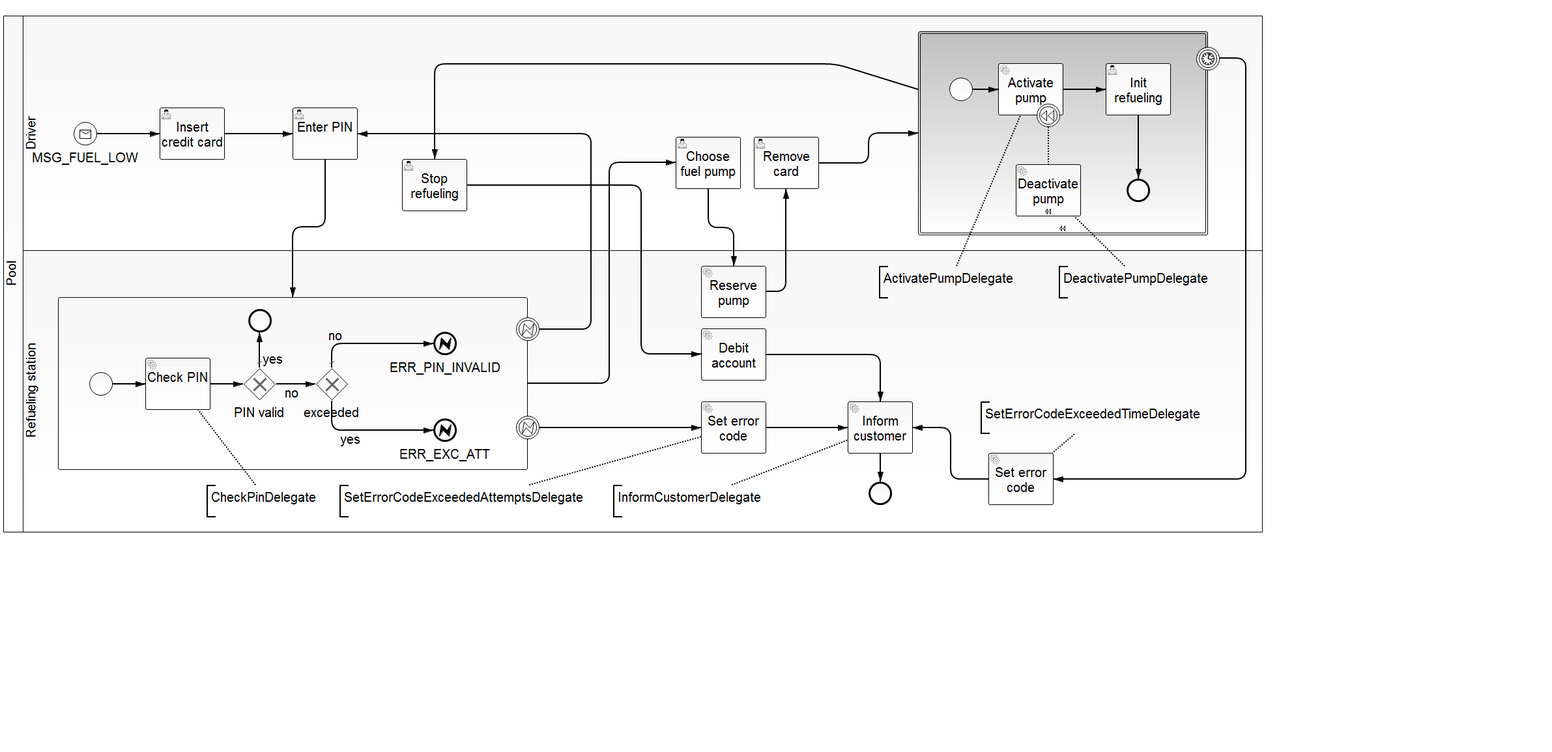
Above: bpmn-server/src/main/resources/RefuelNoCollaboration.png in gheddie/bpmn_watcher_all_new (BPMN), before the change. Its source is kept beside it as bpmn-server/src/main/resources/RefuelNoCollaboration.bpmn. Ids are renumbered.
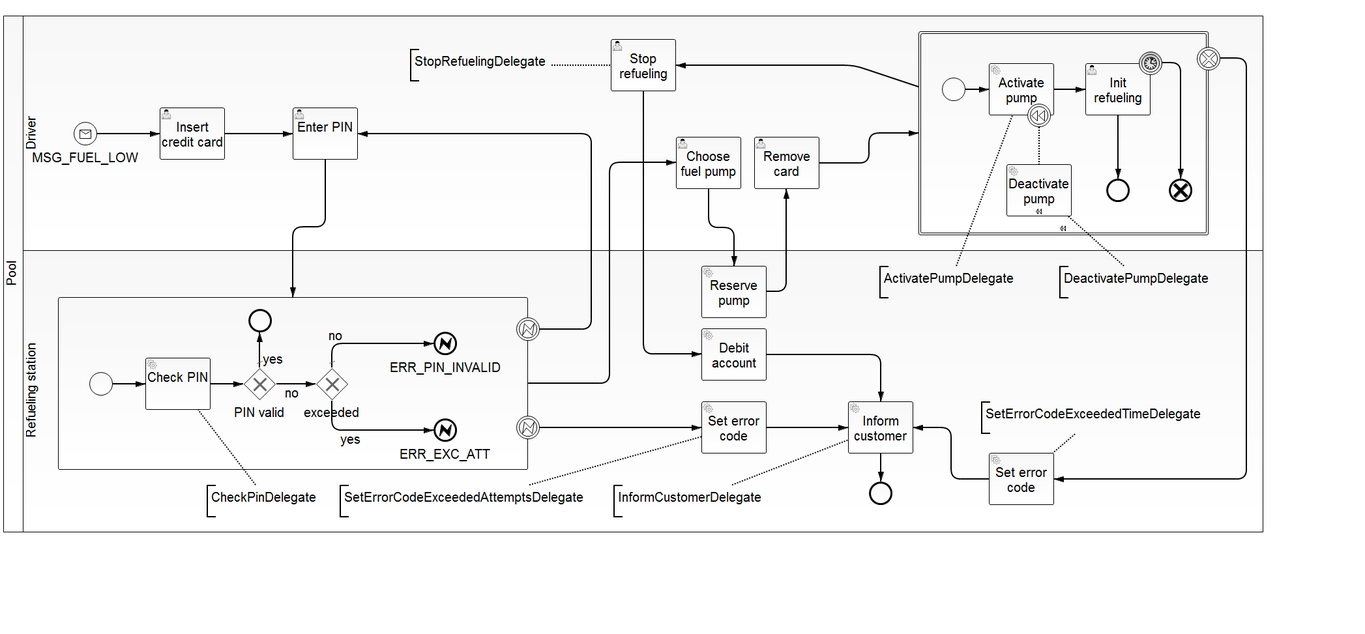
Later version of the same file.

Commit message:
further work on refuel (no collab) process (transaction behaviour)

Change to the diagram source:
```diff
@@ -8,11 +8,11 @@
         <bpmn2:flowNodeRef>StartEvent_1</bpmn2:flowNodeRef>
         <bpmn2:flowNodeRef>UserTask_1</bpmn2:flowNodeRef>
         <bpmn2:flowNodeRef>UserTask_2</bpmn2:flowNodeRef>
-        <bpmn2:flowNodeRef>UserTask_5</bpmn2:flowNodeRef>
         <bpmn2:flowNodeRef>BoundaryEvent_5</bpmn2:flowNodeRef>
         <bpmn2:flowNodeRef>Transaction_1</bpmn2:flowNodeRef>
         <bpmn2:flowNodeRef>UserTask_4</bpmn2:flowNodeRef>
         <bpmn2:flowNodeRef>Task_1</bpmn2:flowNodeRef>
+        <bpmn2:flowNodeRef>UserTask_5</bpmn2:flowNodeRef>
       </bpmn2:lane>
       <bpmn2:lane id="Lane_2" name="Refueling station">
         <bpmn2:flowNodeRef>SubProcess_1</bpmn2:flowNodeRef>
@@ -84,32 +84,25 @@
       <bpmn2:messageEventDefinition id="_MessageEventDefinition_13" messageRef="Message_1"/>
     </bpmn2:startEvent>
     <bpmn2:sequenceFlow id="SequenceFlow_1" name="" sourceRef="StartEvent_1" targetRef="UserTask_1"/>
-    <bpmn2:userTask id="UserTask_1" name="Insert credit card">
+    <bpmn2:userTask id="UserTask_1" camunda:assignee="demo" name="Insert credit card">
       <bpmn2:incoming>SequenceFlow_1</bpmn2:incoming>
       <bpmn2:outgoing>SequenceFlow_2</bpmn2:outgoing>
     </bpmn2:userTask>
     <bpmn2:sequenceFlow id="SequenceFlow_2" name="" sourceRef="UserTask_1" targetRef="UserTask_2"/>
-    <bpmn2:userTask id="UserTask_2" name="Enter PIN">
+    <bpmn2:userTask id="UserTask_2" camunda:assignee="demo" name="Enter PIN">
       <bpmn2:incoming>SequenceFlow_13</bpmn2:incoming>
       <bpmn2:incoming>SequenceFlow_2</bpmn2:incoming>
       <bpmn2:outgoing>SequenceFlow_3</bpmn2:outgoing>
     </bpmn2:userTask>
     <bpmn2:sequenceFlow id="SequenceFlow_3" name="" sourceRef="UserTask_2" targetRef="SubProcess_1"/>
-    <bpmn2:userTask id="UserTask_5" name="Stop refueling">
-      <bpmn2:incoming>SequenceFlow_8</bpmn2:incoming>
-      <bpmn2:outgoing>SequenceFlow_18</bpmn2:outgoing>
-    </bpmn2:userTask>
-    <bpmn2:sequenceFlow id="SequenceFlow_18" name="" sourceRef="UserTask_5" targetRef="ServiceTask_4"/>
     <bpmn2:boundaryEvent id="BoundaryEvent_5" name="" attachedToRef="Transaction_1">
       <bpmn2:outgoing>SequenceFlow_10</bpmn2:outgoing>
-      <bpmn2:timerEventDefinition id="_TimerEventDefinition_3">
-        <bpmn2:timeDuration xsi:type="bpmn2:tFormalExpression">P0DT0H1M0S</bpmn2:timeDuration>
-      </bpmn2:timerEventDefinition>
+      <bpmn2:cancelEventDefinition id="_TimerEventDefinition_3"/>
     </bpmn2:boundaryEvent>
     <bpmn2:sequenceFlow id="SequenceFlow_10" name="" sourceRef="BoundaryEvent_5" targetRef="ServiceTask_5"/>
     <bpmn2:transaction id="Transaction_1" isForCompensation="true">
       <bpmn2:incoming>SequenceFlow_16</bpmn2:incoming>
-      <bpmn2:outgoing>SequenceFlow_8</bpmn2:outgoing>
+      <bpmn2:outgoing>SequenceFlow_25</bpmn2:outgoing>
       <bpmn2:startEvent id="StartEvent_3">
         <bpmn2:outgoing>SequenceFlow_17</bpmn2:outgoing>
       </bpmn2:startEvent>
@@ -121,15 +114,26 @@
         <bpmn2:incoming>SequenceFlow_17</bpmn2:incoming>
         <bpmn2:outgoing>SequenceFlow_19</bpmn2:outgoing>
       </bpmn2:serviceTask>
+      <bpmn2:sequenceFlow id="SequenceFlow_19" name="" sourceRef="ServiceTask_8" targetRef="UserTask_3"/>
       <bpmn2:serviceTask id="ServiceTask_9" camunda:class="de.gravitex.bpmn.server.delegate.refnocollab.DeactivatePumpDelegate" name="Deactivate pump" isForCompensation="true"/>
-      <bpmn2:userTask id="UserTask_3" name="Init refueling">
+      <bpmn2:userTask id="UserTask_3" camunda:assignee="demo" name="Init refueling">
         <bpmn2:incoming>SequenceFlow_19</bpmn2:incoming>
         <bpmn2:outgoing>SequenceFlow_21</bpmn2:outgoing>
       </bpmn2:userTask>
-      <bpmn2:sequenceFlow id="SequenceFlow_19" name="" sourceRef="ServiceTask_8" targetRef="UserTask_3"/>
       <bpmn2:sequenceFlow id="SequenceFlow_21" name="" sourceRef="UserTask_3" targetRef="EndEvent_5"/>
       <bpmn2:endEvent id="EndEvent_5">
         <bpmn2:incoming>SequenceFlow_21</bpmn2:incoming>
+      </bpmn2:endEvent>
+      <bpmn2:boundaryEvent id="BoundaryEvent_3" name="" attachedToRef="UserTask_3">
+        <bpmn2:outgoing>SequenceFlow_6</bpmn2:outgoing>
+        <bpmn2:timerEventDefinition id="_TimerEventDefinition_4">
+          <bpmn2:timeDuration xsi:type="bpmn2:tFormalExpression">P0DT0H1M0S</bpmn2:timeDuration>
+        </bpmn2:timerEventDefinition>
+      </bpmn2:boundaryEvent>
+      <bpmn2:sequenceFlow id="SequenceFlow_6" name="" sourceRef="BoundaryEvent_3" targetRef="EndEvent_6"/>
+      <bpmn2:endEvent id="EndEvent_6">
+        <bpmn2:incoming>SequenceFlow_6</bpmn2:incoming>
+        <bpmn2:cancelEventDefinition id="_CancelEventDefinition_2"/>
       </bpmn2:endEvent>
     </bpmn2:transaction>
     <bpmn2:serviceTask id="ServiceTask_5" camunda:class="de.gravitex.bpmn.server.delegate.refnocollab.SetErrorCodeExceededTimeDelegate" name="Set error code">
@@ -137,12 +141,12 @@
       <bpmn2:outgoing>SequenceFlow_20</bpmn2:outgoing>
     </bpmn2:serviceTask>
     <bpmn2:sequenceFlow id="SequenceFlow_20" name="" sourceRef="ServiceTask_5" targetRef="ServiceTask_2"/>
-    <bpmn2:userTask id="UserTask_4" name="Remove card">
+    <bpmn2:userTask id="UserTask_4" camunda:assignee="demo" name="Remove card">
       <bpmn2:incoming>SequenceFlow_15</bpmn2:incoming>
       <bpmn2:outgoing>SequenceFlow_16</bpmn2:outgoing>
     </bpmn2:userTask>
     <bpmn2:sequenceFlow id="SequenceFlow_16" name="" sourceRef="UserTask_4" targetRef="Transaction_1"/>
-    <bpmn2:userTask id="Task_1" name="Choose fuel pump">
+    <bpmn2:userTask id="Task_1" camunda:assignee="demo" name="Choose fuel pump">
       <bpmn2:incoming>SequenceFlow_7</bpmn2:incoming>
       <bpmn2:outgoing>SequenceFlow_14</bpmn2:outgoing>
     </bpmn2:userTask>
@@ -157,7 +161,6 @@
     <bpmn2:endEvent id="EndEvent_4">
       <bpmn2:incoming>SequenceFlow_12</bpmn2:incoming>
     </bpmn2:endEvent>
-    <bpmn2:sequenceFlow id="SequenceFlow_8" name="" sourceRef="Transaction_1" targetRef="UserTask_5"/>
     <bpmn2:serviceTask id="ServiceTask_3" camunda:class="de.gravitex.bpmn.server.delegate.refnocollab.ReservePumpDelegate" name="Reserve pump">
       <bpmn2:incoming>SequenceFlow_14</bpmn2:incoming>
       <bpmn2:outgoing>SequenceFlow_15</bpmn2:outgoing>
@@ -173,6 +176,15 @@
       <bpmn2:outgoing>SequenceFlow_23</bpmn2:outgoing>
     </bpmn2:serviceTask>
     <bpmn2:sequenceFlow id="SequenceFlow_23" name="" sourceRef="ServiceTask_7" targetRef="ServiceTask_2"/>
+    <bpmn2:userTask id="UserTask_5" camunda:assignee="demo" name="Stop refueling">
+      <bpmn2:extensionElements>
+        <camunda:executionListener class="de.gravitex.bpmn.server.delegate.refnocollab.StopRefuelingDelegate" event="end"/>
+      </bpmn2:extensionElements>
+      <bpmn2:incoming>SequenceFlow_25</bpmn2:incoming>
+      <bpmn2:outgoing>SequenceFlow_18</bpmn2:outgoing>
+    </bpmn2:userTask>
+    <bpmn2:sequenceFlow id="SequenceFlow_18" name="" sourceRef="UserTask_5" targetRef="ServiceTask_4"/>
+    <bpmn2:sequenceFlow id="SequenceFlow_25" name="" sourceRef="Transaction_1" targetRef="UserTask_5"/>
     <bpmn2:textAnnotation id="TextAnnotation_1">
       <bpmn2:text>CheckPinDelegate</bpmn2:text>
     </bpmn2:textAnnotation>
@@ -198,6 +210,10 @@
       <bpmn2:text>DeactivatePumpDelegate</bpmn2:text>
     </bpmn2:textAnnotation>
     <bpmn2:association id="Association_7" sourceRef="TextAnnotation_6" targetRef="ServiceTask_9"/>
+    <bpmn2:textAnnotation id="TextAnnotation_7">
+      <bpmn2:text>StopRefuelingDelegate</bpmn2:text>
+    </bpmn2:textAnnotation>
+    <bpmn2:association id="Association_8" sourceRef="TextAnnotation_7" targetRef="UserTask_5"/>
   </bpmn2:process>
   <bpmn2:message id="Message_1" name="MSG_FUEL_LOW"/>
   <bpmn2:error id="Error_1" errorCode="ERR_PIN_INVALID"/>
@@ -281,7 +297,7 @@
         </bpmndi:BPMNLabel>
       </bpmndi:BPMNEdge>
       <bpmndi:BPMNShape id="_BPMNShape_UserTask_12" bpmnElement="UserTask_3">
-        <dc:Bounds height="80.0" width="100.0" x="1692.0" y="97.0"/>
+        <dc:Bounds height="80.0" width="100.0" x="1660.0" y="97.0"/>
       </bpmndi:BPMNShape>
       <bpmndi:BPMNShape id="_BPMNShape_EndEvent_12" bpmnElement="EndEvent_1">
         <dc:Bounds height="36.0" width="36.0" x="376.0" y="474.0"/>
@@ -398,9 +414,9 @@
         </bpmndi:BPMNLabel>
       </bpmndi:BPMNEdge>
       <bpmndi:BPMNShape id="_BPMNShape_StartEvent_11" bpmnElement="StartEvent_3">
-        <dc:Bounds height="36.0" width="36.0" x="1452.0" y="119.0"/>
+        <dc:Bounds height="36.0" width="36.0" x="1440.0" y="119.0"/>
         <bpmndi:BPMNLabel>
-          <dc:Bounds height="0.0" width="0.0" x="1470.0" y="160.0"/>
+          <dc:Bounds height="0.0" width="0.0" x="1458.0" y="160.0"/>
         </bpmndi:BPMNLabel>
       </bpmndi:BPMNShape>
       <bpmndi:BPMNShape id="_BPMNShape_TextAnnotation_7" bpmnElement="TextAnnotation_3">
@@ -457,18 +473,17 @@
         </bpmndi:BPMNLabel>
       </bpmndi:BPMNEdge>
       <bpmndi:BPMNShape id="_BPMNShape_UserTask_17" bpmnElement="UserTask_5">
-        <dc:Bounds height="80.0" width="100.0" x="612.0" y="244.0"/>
+        <dc:Bounds height="80.0" width="100.0" x="932.0" y="60.0"/>
       </bpmndi:BPMNShape>
       <bpmndi:BPMNShape id="_BPMNShape_ServiceTask_14" bpmnElement="ServiceTask_4">
         <dc:Bounds height="80.0" width="100.0" x="1071.0" y="504.0"/>
       </bpmndi:BPMNShape>
       <bpmndi:BPMNEdge id="BPMNEdge_SequenceFlow_22" bpmnElement="SequenceFlow_18" sourceElement="_BPMNShape_UserTask_17" targetElement="_BPMNShape_ServiceTask_14">
-        <di:waypoint xsi:type="dc:Point" x="712.0" y="284.0"/>
-        <di:waypoint xsi:type="dc:Point" x="979.0" y="284.0"/>
-        <di:waypoint xsi:type="dc:Point" x="979.0" y="543.0"/>
+        <di:waypoint xsi:type="dc:Point" x="982.0" y="140.0"/>
+        <di:waypoint xsi:type="dc:Point" x="982.0" y="543.0"/>
         <di:waypoint xsi:type="dc:Point" x="1071.0" y="544.0"/>
         <bpmndi:BPMNLabel>
-          <dc:Bounds height="6.0" width="6.0" x="734.0" y="284.0"/>
+          <dc:Bounds height="6.0" width="6.0" x="979.0" y="165.0"/>
         </bpmndi:BPMNLabel>
       </bpmndi:BPMNEdge>
       <bpmndi:BPMNShape id="_BPMNShape_ServiceTask_15" bpmnElement="ServiceTask_5">
@@ -516,34 +531,34 @@
         </bpmndi:BPMNLabel>
       </bpmndi:BPMNEdge>
       <bpmndi:BPMNShape id="_BPMNShape_ServiceTask_20" bpmnElement="ServiceTask_8">
-        <dc:Bounds height="80.0" width="100.0" x="1527.0" y="97.0"/>
+        <dc:Bounds height="80.0" width="100.0" x="1512.0" y="97.0"/>
       </bpmndi:BPMNShape>
       <bpmndi:BPMNShape id="_BPMNShape_TextAnnotation_12" bpmnElement="TextAnnotation_5">
         <dc:Bounds height="50.0" width="218.0" x="1344.0" y="408.0"/>
       </bpmndi:BPMNShape>
       <bpmndi:BPMNEdge id="BPMNEdge_Association_2" bpmnElement="Association_2" sourceElement="_BPMNShape_TextAnnotation_12" targetElement="_BPMNShape_ServiceTask_20">
-        <di:waypoint xsi:type="dc:Point" x="1463.0" y="408.0"/>
-        <di:waypoint xsi:type="dc:Point" x="1560.0" y="177.0"/>
+        <di:waypoint xsi:type="dc:Point" x="1462.0" y="408.0"/>
+        <di:waypoint xsi:type="dc:Point" x="1547.0" y="177.0"/>
       </bpmndi:BPMNEdge>
       <bpmndi:BPMNShape id="_BPMNShape_BoundaryEvent_6" bpmnElement="BoundaryEvent_4">
-        <dc:Bounds height="36.0" width="36.0" x="1586.0" y="159.0"/>
+        <dc:Bounds height="36.0" width="36.0" x="1571.0" y="159.0"/>
         <bpmndi:BPMNLabel>
-          <dc:Bounds height="6.0" width="6.0" x="1601.0" y="200.0"/>
+          <dc:Bounds height="6.0" width="6.0" x="1586.0" y="200.0"/>
         </bpmndi:BPMNLabel>
       </bpmndi:BPMNShape>
       <bpmndi:BPMNShape id="_BPMNShape_ServiceTask_21" bpmnElement="ServiceTask_9">
-        <dc:Bounds height="80.0" width="100.0" x="1554.0" y="252.0"/>
+        <dc:Bounds height="80.0" width="100.0" x="1539.0" y="252.0"/>
       </bpmndi:BPMNShape>
       <bpmndi:BPMNEdge id="BPMNEdge_Association_6" bpmnElement="Association_6" sourceElement="_BPMNShape_BoundaryEvent_6" targetElement="_BPMNShape_ServiceTask_21">
-        <di:waypoint xsi:type="dc:Point" x="1604.0" y="195.0"/>
-        <di:waypoint xsi:type="dc:Point" x="1604.0" y="252.0"/>
+        <di:waypoint xsi:type="dc:Point" x="1589.0" y="195.0"/>
+        <di:waypoint xsi:type="dc:Point" x="1589.0" y="252.0"/>
       </bpmndi:BPMNEdge>
       <bpmndi:BPMNShape id="_BPMNShape_TextAnnotation_13" bpmnElement="TextAnnotation_6">
         <dc:Bounds height="50.0" width="253.0" x="1620.0" y="408.0"/>
       </bpmndi:BPMNShape>
       <bpmndi:BPMNEdge id="BPMNEdge_Association_7" bpmnElement="Association_7" sourceElement="_BPMNShape_TextAnnotation_13" targetElement="_BPMNShape_ServiceTask_21">
-        <di:waypoint xsi:type="dc:Point" x="1721.0" y="408.0"/>
-        <di:waypoint xsi:type="dc:Point" x="1644.0" y="332.0"/>
+        <di:waypoint xsi:type="dc:Point" x="1718.0" y="408.0"/>
+        <di:waypoint xsi:type="dc:Point" x="1634.0" y="332.0"/>
       </bpmndi:BPMNEdge>
       <bpmndi:BPMNShape id="_BPMNShape_Transaction_2" bpmnElement="Transaction_1" isExpanded="true">
         <dc:Bounds height="313.0" width="445.0" x="1404.0" y="48.0"/>
@@ -554,37 +569,64 @@
           <dc:Bounds height="6.0" width="6.0" x="1846.0" y="113.0"/>
         </bpmndi:BPMNLabel>
       </bpmndi:BPMNShape>
-      <bpmndi:BPMNEdge id="BPMNEdge_SequenceFlow_16" bpmnElement="SequenceFlow_8" sourceElement="_BPMNShape_Transaction_2" targetElement="_BPMNShape_UserTask_17">
-        <di:waypoint xsi:type="dc:Point" x="1404.0" y="137.0"/>
-        <di:waypoint xsi:type="dc:Point" x="1277.0" y="98.0"/>
-        <di:waypoint xsi:type="dc:Point" x="662.0" y="98.0"/>
-        <di:waypoint xsi:type="dc:Point" x="662.0" y="244.0"/>
+      <bpmndi:BPMNEdge id="BPMNEdge_SequenceFlow_21" bpmnElement="SequenceFlow_17" sourceElement="_BPMNShape_StartEvent_11" targetElement="_BPMNShape_ServiceTask_20">
+        <di:waypoint xsi:type="dc:Point" x="1476.0" y="137.0"/>
+        <di:waypoint xsi:type="dc:Point" x="1512.0" y="137.0"/>
         <bpmndi:BPMNLabel>
-          <dc:Bounds height="6.0" width="6.0" x="1021.0" y="98.0"/>
-        </bpmndi:BPMNLabel>
-      </bpmndi:BPMNEdge>
-      <bpmndi:BPMNEdge id="BPMNEdge_SequenceFlow_21" bpmnElement="SequenceFlow_17" sourceElement="_BPMNShape_StartEvent_11" targetElement="_BPMNShape_ServiceTask_20">
-        <di:waypoint xsi:type="dc:Point" x="1488.0" y="137.0"/>
-        <di:waypoint xsi:type="dc:Point" x="1527.0" y="137.0"/>
-        <bpmndi:BPMNLabel>
-          <dc:Bounds height="6.0" width="6.0" x="1514.0" y="137.0"/>
+          <dc:Bounds height="6.0" width="6.0" x="1502.0" y="137.0"/>
         </bpmndi:BPMNLabel>
       </bpmndi:BPMNEdge>
       <bpmndi:BPMNEdge id="BPMNEdge_SequenceFlow_23" bpmnElement="SequenceFlow_19" sourceElement="_BPMNShape_ServiceTask_20" targetElement="_BPMNShape_UserTask_12">
-        <di:waypoint xsi:type="dc:Point" x="1627.0" y="137.0"/>
-        <di:waypoint xsi:type="dc:Point" x="1692.0" y="137.0"/>
+        <di:waypoint xsi:type="dc:Point" x="1612.0" y="137.0"/>
+        <di:waypoint xsi:type="dc:Point" x="1660.0" y="137.0"/>
+        <bpmndi:BPMNLabel>
+          <dc:Bounds height="6.0" width="6.0" x="1642.0" y="137.0"/>
+        </bpmndi:BPMNLabel>
       </bpmndi:BPMNEdge>
       <bpmndi:BPMNShape id="_BPMNShape_EndEvent_18" bpmnElement="EndEvent_5">
-        <dc:Bounds height="36.0" width="36.0" x="1724.0" y="274.0"/>
+        <dc:Bounds height="36.0" width="36.0" x="1692.0" y="274.0"/>
         <bpmndi:BPMNLabel>
-          <dc:Bounds height="0.0" width="0.0" x="1742.0" y="315.0"/>
+          <dc:Bounds height="0.0" width="0.0" x="1710.0" y="315.0"/>
         </bpmndi:BPMNLabel>
       </bpmndi:BPMNShape>
       <bpmndi:BPMNEdge id="BPMNEdge_SequenceFlow_25" bpmnElement="SequenceFlow_21" sourceElement="_BPMNShape_UserTask_12" targetElement="_BPMNShape_EndEvent_18">
-        <di:waypoint xsi:type="dc:Point" x="1742.0" y="177.0"/>
-        <di:waypoint xsi:type="dc:Point" x="1742.0" y="274.0"/>
+        <di:waypoint xsi:type="dc:Point" x="1710.0" y="177.0"/>
+        <di:waypoint xsi:type="dc:Point" x="1710.0" y="274.0"/>
         <bpmndi:BPMNLabel>
-          <dc:Bounds height="6.0" width="6.0" x="1739.0" y="183.0"/>
+          <dc:Bounds height="6.0" width="6.0" x="1707.0" y="183.0"/>
+        </bpmndi:BPMNLabel>
+      </bpmndi:BPMNEdge>
+      <bpmndi:BPMNEdge id="BPMNEdge_SequenceFlow_29" bpmnElement="SequenceFlow_25" sourceElement="_BPMNShape_Transaction_2" targetElement="_BPMNShape_UserTask_17">
+        <di:waypoint xsi:type="dc:Point" x="1404.0" y="132.0"/>
+        <di:waypoint xsi:type="dc:Point" x="1306.0" y="100.0"/>
+        <di:waypoint xsi:type="dc:Point" x="1218.0" y="100.0"/>
+        <di:waypoint xsi:type="dc:Point" x="1032.0" y="100.0"/>
+        <bpmndi:BPMNLabel>
+          <dc:Bounds height="6.0" width="6.0" x="1168.0" y="100.0"/>
+        </bpmndi:BPMNLabel>
+      </bpmndi:BPMNEdge>
+      <bpmndi:BPMNShape id="_BPMNShape_TextAnnotation_14" bpmnElement="TextAnnotation_7">
+        <dc:Bounds height="50.0" width="217.0" x="624.0" y="75.0"/>
+      </bpmndi:BPMNShape>
+      <bpmndi:BPMNEdge id="BPMNEdge_Association_8" bpmnElement="Association_8" sourceElement="_BPMNShape_TextAnnotation_14" targetElement="_BPMNShape_UserTask_17">
+        <di:waypoint xsi:type="dc:Point" x="840.0" y="100.0"/>
+        <di:waypoint xsi:type="dc:Point" x="932.0" y="100.0"/>
+      </bpmndi:BPMNEdge>
+      <bpmndi:BPMNShape id="_BPMNShape_BoundaryEvent_8" bpmnElement="BoundaryEvent_3">
+        <dc:Bounds height="36.0" width="36.0" x="1742.0" y="79.0"/>
+      </bpmndi:BPMNShape>
+      <bpmndi:BPMNShape id="_BPMNShape_EndEvent_19" bpmnElement="EndEvent_6">
+        <dc:Bounds height="36.0" width="36.0" x="1788.0" y="274.0"/>
+        <bpmndi:BPMNLabel>
+          <dc:Bounds height="0.0" width="0.0" x="1806.0" y="315.0"/>
+        </bpmndi:BPMNLabel>
+      </bpmndi:BPMNShape>
+      <bpmndi:BPMNEdge id="BPMNEdge_SequenceFlow_6" bpmnElement="SequenceFlow_6" sourceElement="_BPMNShape_BoundaryEvent_8" targetElement="_BPMNShape_EndEvent_19">
+        <di:waypoint xsi:type="dc:Point" x="1778.0" y="97.0"/>
+        <di:waypoint xsi:type="dc:Point" x="1806.0" y="96.0"/>
+        <di:waypoint xsi:type="dc:Point" x="1806.0" y="274.0"/>
+        <bpmndi:BPMNLabel>
+          <dc:Bounds height="6.0" width="6.0" x="1803.0" y="129.0"/>
         </bpmndi:BPMNLabel>
       </bpmndi:BPMNEdge>
     </bpmndi:BPMNPlane>
```
